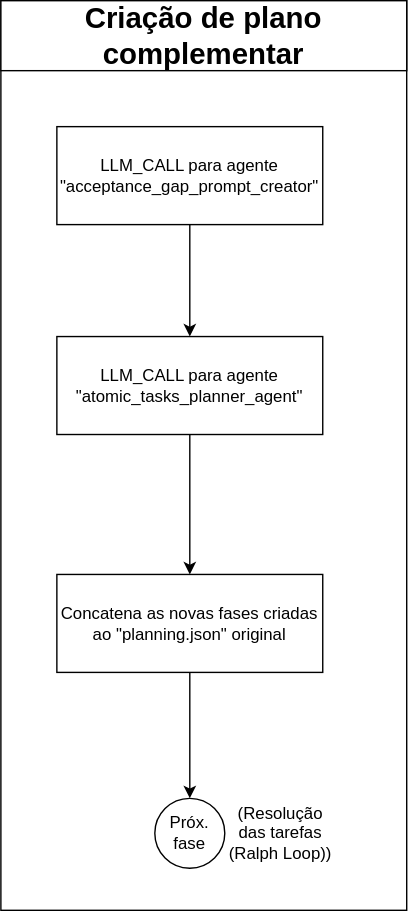
Above: docs/entregas/paper_v2/latex/diagrams/criacao_de_plano_complementar.svg in TCC-FEI-Harness-IA/AI-Harness-Beyond-Software-Engineering (draw.io), before the change. Source tidied: cells renumbered, new cells last; positions are measured from the earlier drawing's top-left corner, leaving out a move shared by most shapes. Its diagram source:
```xml
<mxGraphModel>
  <root>
    <mxCell id="0" />
    <mxCell id="1" parent="0" />
    <mxCell id="2" style="rounded=0;whiteSpace=wrap;html=1;fillColor=none;" parent="1" vertex="1">
      <mxGeometry width="290" height="650" as="geometry" />
    </mxCell>
    <mxCell id="3" value="&lt;font style=&quot;font-size: 21px;&quot;&gt;&lt;b&gt;Criação de plano complementar&lt;/b&gt;&lt;/font&gt;" style="rounded=0;whiteSpace=wrap;html=1;" parent="1" vertex="1">
      <mxGeometry width="290" height="50" as="geometry" />
    </mxCell>
    <mxCell id="4" style="edgeStyle=orthogonalEdgeStyle;rounded=0;jettySize=auto;html=1;" parent="1" edge="1" source="5" target="9">
      <mxGeometry relative="1" as="geometry" />
    </mxCell>
    <mxCell id="5" value="LLM_CALL para agente &quot;atomic_tasks_planner_agent&quot;" style="rounded=0;whiteSpace=wrap;html=1;" parent="1" vertex="1">
      <mxGeometry x="40" y="240" width="190" height="70" as="geometry" />
    </mxCell>
    <mxCell id="6" style="edgeStyle=orthogonalEdgeStyle;rounded=0;jettySize=auto;html=1;" parent="1" edge="1" source="7" target="5">
      <mxGeometry relative="1" as="geometry" />
    </mxCell>
    <mxCell id="7" value="LLM_CALL para agente &quot;acceptance_gap_prompt_creator&quot;" style="rounded=0;whiteSpace=wrap;html=1;" parent="1" vertex="1">
      <mxGeometry x="40" y="90" width="190" height="70" as="geometry" />
    </mxCell>
    <mxCell id="8" style="edgeStyle=orthogonalEdgeStyle;rounded=0;jettySize=auto;html=1;entryX=0.5;entryY=0;entryDx=0;entryDy=0;" parent="1" edge="1" source="9" target="10">
      <mxGeometry relative="1" as="geometry" />
    </mxCell>
    <mxCell id="9" value="Concatena as novas fases criadas ao &quot;planning.json&quot; original" style="rounded=0;whiteSpace=wrap;html=1;" parent="1" vertex="1">
      <mxGeometry x="40" y="410" width="190" height="70" as="geometry" />
    </mxCell>
    <mxCell id="10" value="Próx. fase" style="ellipse;whiteSpace=wrap;html=1;" parent="1" vertex="1">
      <mxGeometry x="110" y="570" width="50" height="50" as="geometry" />
    </mxCell>
    <mxCell id="11" value="(Resolução das tarefas (Ralph Loop))" style="text;html=1;whiteSpace=wrap;strokeColor=none;fillColor=none;align=center;verticalAlign=middle;rounded=0;" parent="1" vertex="1">
      <mxGeometry x="160" y="560" width="80" height="70" as="geometry" />
    </mxCell>
  </root>
</mxGraphModel>
```
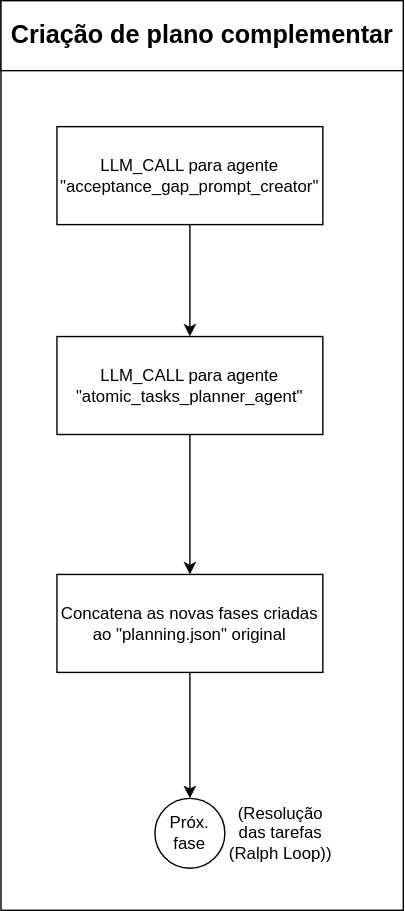
The same file after the commit.

Change to the diagram source:
```diff
@@ -2,11 +2,11 @@
   <root>
     <mxCell id="0" />
     <mxCell id="1" parent="0" />
-    <mxCell id="2" style="rounded=0;whiteSpace=wrap;html=1;fillColor=none;" parent="1" vertex="1">
-      <mxGeometry width="290" height="650" as="geometry" />
-    </mxCell>
+    <mxCell id="12" style="rounded=0;whiteSpace=wrap;html=1;fillColor=none;" parent="1" vertex="1">
+      <mxGeometry width="287.5" height="650" as="geometry" />
+    </mxCell>
-    <mxCell id="3" value="&lt;font style=&quot;font-size: 21px;&quot;&gt;&lt;b&gt;Criação de plano complementar&lt;/b&gt;&lt;/font&gt;" style="rounded=0;whiteSpace=wrap;html=1;" parent="1" vertex="1">
-      <mxGeometry width="290" height="50" as="geometry" />
+    <mxCell id="3" value="&lt;font style=&quot;font-size: 18px;&quot;&gt;&lt;b style=&quot;&quot;&gt;Criação de plano complementar&lt;/b&gt;&lt;/font&gt;" style="rounded=0;whiteSpace=wrap;html=1;" parent="1" vertex="1">
+      <mxGeometry width="287.5" height="50" as="geometry" />
     </mxCell>
     <mxCell id="4" style="edgeStyle=orthogonalEdgeStyle;rounded=0;jettySize=auto;html=1;" parent="1" edge="1" source="5" target="9">
       <mxGeometry relative="1" as="geometry" />
```
